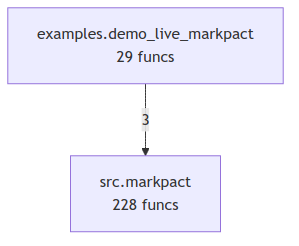
Before: project/compact_flow.png, a diagram exported from Mermaid (markpact/markpact). Its source is kept beside it as project/compact_flow.mmd.
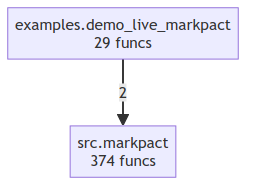
The same diagram one commit later.

Diff of the diagram source:
```diff
@@ -1,4 +1,4 @@
 flowchart TD
-    examples_demo_live_markpact["examples.demo_live_markpact<br/>29 funcs"]
-    src_markpact["src.markpact<br/>228 funcs"]
-    examples_demo_live_markpact -->|3| src_markpact
+    examples__demo_live_markpact["examples.demo_live_markpact<br/>29 funcs"]
+    src__markpact["src.markpact<br/>374 funcs"]
+    examples__demo_live_markpact -->|2| src__markpact
```
